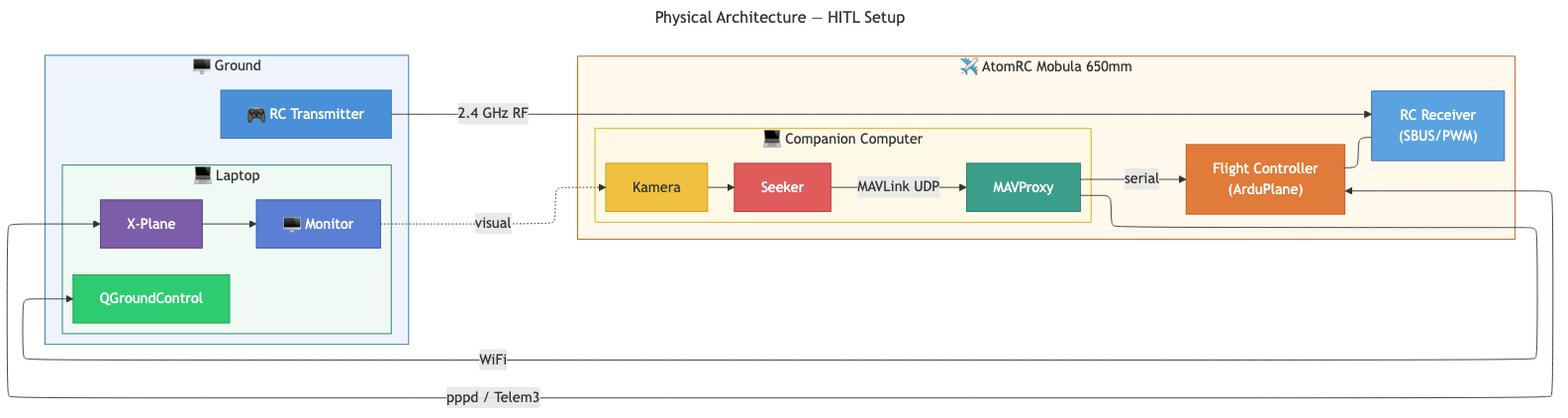
This is docs/chart_00_physical_architecture.png from musaelhanafi/drone-seeker, a Mermaid export, as it was before one commit. Its source is kept beside it as docs/chart_00_physical_architecture.mmd. Source of this version:
```mermaid
---
title: Physical Architecture — HITL Setup
---
%%{init: {"flowchart": {"defaultRenderer": "elk"}}}%%
flowchart LR
    subgraph GROUND["🖥️ Ground"]
        direction LR
        RCTX["🎮 RC Transmitter"]
        subgraph LAPTOP["💻 Laptop"]
            direction LR
            QGC[QGroundControl]
            XP[X-Plane] --> MON[🖥️ Monitor]
        end
    end

    subgraph AIRFRAME["✈️ AtomRC Mobula 650mm"]
        direction TB
        FC["Flight Controller\n(ArduPlane)"] --- RCRX["RC Receiver\n(SBUS/PWM)"]
        subgraph COMPANION["💻 Companion Computer"]
            direction TB
            CAM[Kamera] --> SK[Seeker]
            SK -->|MAVLink UDP| MAVP[MAVProxy]
        end
        MAVP -->|serial| FC
    end

    RCTX -->|2.4 GHz RF| RCRX
    MON -.->|visual| CAM
    FC <-->|pppd / Telem3| XP
    MAVP -->|WiFi| QGC

    style AIRFRAME  fill:#fff8ec,stroke:#b85c1a,color:#333
    style GROUND    fill:#eef4fb,stroke:#2c6fad,color:#333
    style LAPTOP    fill:#f0faf5,stroke:#1d7a68,color:#333
    style COMPANION fill:#fef9e7,stroke:#d4ac0d,color:#333
    style RCTX  fill:#4A90D9,stroke:#2c6fad,color:#fff
    style FC    fill:#E07B39,stroke:#b85c1a,color:#fff
    style RCRX  fill:#5BA3E0,stroke:#2c6fad,color:#fff
    style CAM   fill:#F0C040,stroke:#c89a10,color:#333
    style SK    fill:#E05C5C,stroke:#b83030,color:#fff
    style MAVP  fill:#3A9E8A,stroke:#1d7a68,color:#fff
    style QGC   fill:#2ECC71,stroke:#1a9e52,color:#fff
    style XP    fill:#7B5EA7,stroke:#5a3d87,color:#fff
    style MON   fill:#5B7FD4,stroke:#3558b0,color:#fff
```
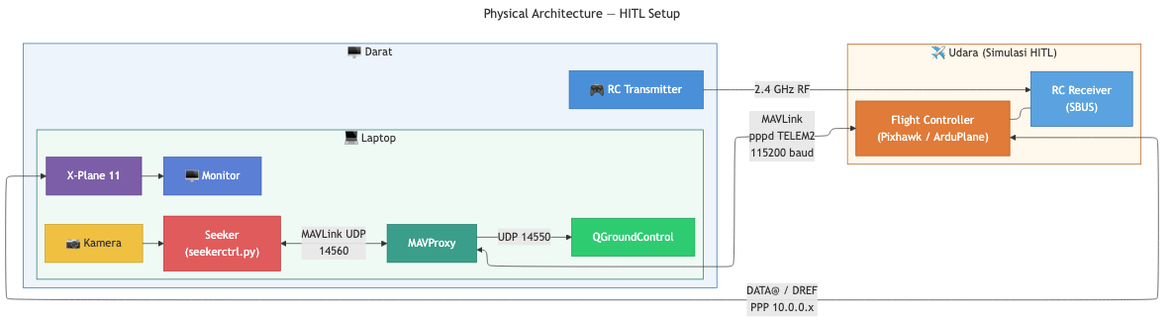
The same file after the commit.

Change to the diagram source:
```diff
@@ -3,42 +3,39 @@
 ---
 %%{init: {"flowchart": {"defaultRenderer": "elk"}}}%%
 flowchart LR
-    subgraph GROUND["🖥️ Ground"]
-        direction LR
+    subgraph DARAT["🖥️ Darat"]
+        direction TB
         RCTX["🎮 RC Transmitter"]
         subgraph LAPTOP["💻 Laptop"]
-            direction LR
-            QGC[QGroundControl]
-            XP[X-Plane] --> MON[🖥️ Monitor]
+            direction TB
+            WEBCAM["📷 Kamera"] --> SK["Seeker\n(seekerctrl.py)"]
+            SK <-->|"MAVLink UDP\n14560"| MAVP["MAVProxy"]
+            MAVP -->|"UDP 14550"| QGC["QGroundControl"]
+            XP["X-Plane 11"] --> MON["🖥️ Monitor"]
         end
     end
 
-    subgraph AIRFRAME["✈️ AtomRC Mobula 650mm"]
+    subgraph UDARA["✈️ Udara (Simulasi HITL)"]
         direction TB
-        FC["Flight Controller\n(ArduPlane)"] --- RCRX["RC Receiver\n(SBUS/PWM)"]
-        subgraph COMPANION["💻 Companion Computer"]
-            direction TB
-            CAM[Kamera] --> SK[Seeker]
-            SK -->|MAVLink UDP| MAVP[MAVProxy]
-        end
-        MAVP -->|serial| FC
+        FC["Flight Controller\n(Pixhawk / ArduPlane)"]
+        RCRX["RC Receiver\n(SBUS)"]
+        FC --- RCRX
     end
 
-    RCTX -->|2.4 GHz RF| RCRX
-    MON -.->|visual| CAM
-    FC <-->|pppd / Telem3| XP
-    MAVP -->|WiFi| QGC
+    RCTX -->|"2.4 GHz RF"| RCRX
+    MAVP <-->|"MAVLink\npppd TELEM2\n115200 baud"| FC
+    FC <-->|"DATA@ / DREF\nPPP 10.0.0.x"| XP
 
-    style AIRFRAME  fill:#fff8ec,stroke:#b85c1a,color:#333
-    style GROUND    fill:#eef4fb,stroke:#2c6fad,color:#333
-    style LAPTOP    fill:#f0faf5,stroke:#1d7a68,color:#333
-    style COMPANION fill:#fef9e7,stroke:#d4ac0d,color:#333
-    style RCTX  fill:#4A90D9,stroke:#2c6fad,color:#fff
-    style FC    fill:#E07B39,stroke:#b85c1a,color:#fff
-    style RCRX  fill:#5BA3E0,stroke:#2c6fad,color:#fff
-    style CAM   fill:#F0C040,stroke:#c89a10,color:#333
-    style SK    fill:#E05C5C,stroke:#b83030,color:#fff
-    style MAVP  fill:#3A9E8A,stroke:#1d7a68,color:#fff
-    style QGC   fill:#2ECC71,stroke:#1a9e52,color:#fff
-    style XP    fill:#7B5EA7,stroke:#5a3d87,color:#fff
-    style MON   fill:#5B7FD4,stroke:#3558b0,color:#fff
+    style DARAT    fill:#eef4fb,stroke:#2c6fad,color:#333
+    style LAPTOP   fill:#f0faf5,stroke:#1d7a68,color:#333
+    style UDARA    fill:#fff8ec,stroke:#b85c1a,color:#333
+    style RCTX     fill:#4A90D9,stroke:#2c6fad,color:#fff
+    style WEBCAM   fill:#F0C040,stroke:#c89a10,color:#333
+
+    style SK       fill:#E05C5C,stroke:#b83030,color:#fff
+    style MAVP     fill:#3A9E8A,stroke:#1d7a68,color:#fff
+    style QGC      fill:#2ECC71,stroke:#1a9e52,color:#fff
+    style XP       fill:#7B5EA7,stroke:#5a3d87,color:#fff
+    style MON      fill:#5B7FD4,stroke:#3558b0,color:#fff
+    style FC       fill:#E07B39,stroke:#b85c1a,color:#fff
+    style RCRX     fill:#5BA3E0,stroke:#2c6fad,color:#fff
```
